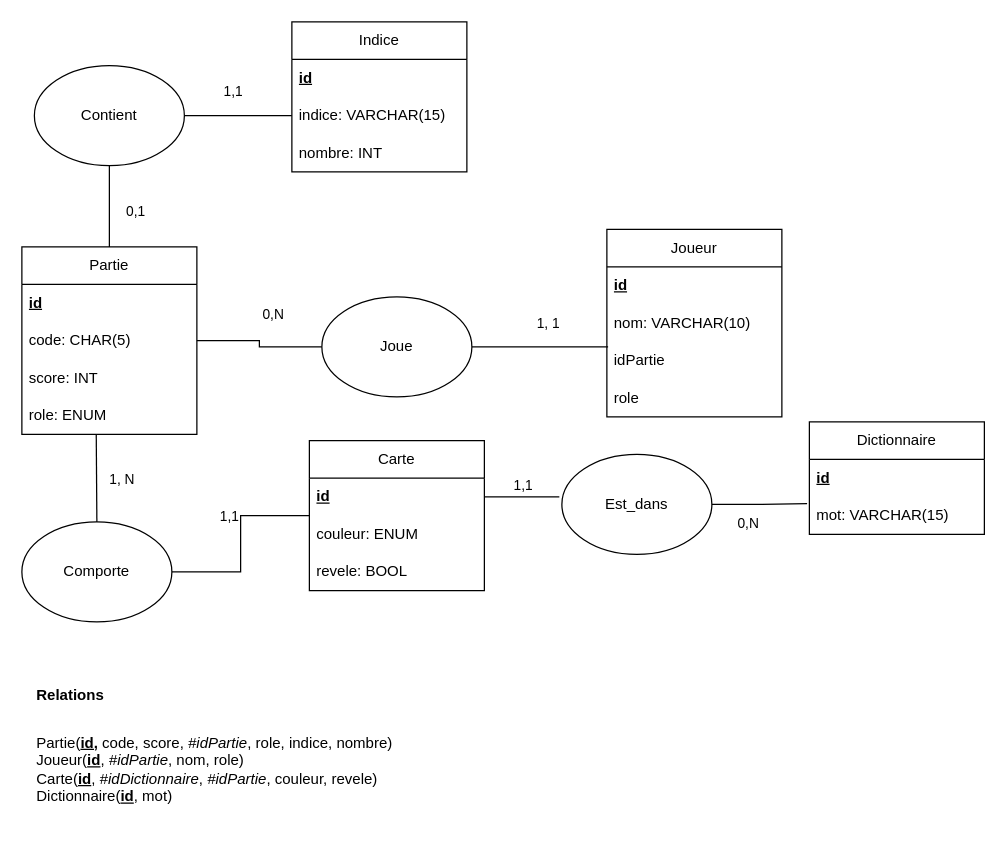
Above: polynames_bdd.drawio in GehuL/PolyNames (draw.io), before the change. Source tidied: cells renumbered, new cells numbered last; positions are measured from the earlier drawing's top-left corner, leaving out a move shared by most shapes. Both pictures are drawn from the tidied source at 125%, with x=0, y=0 at pixel (21, 21).
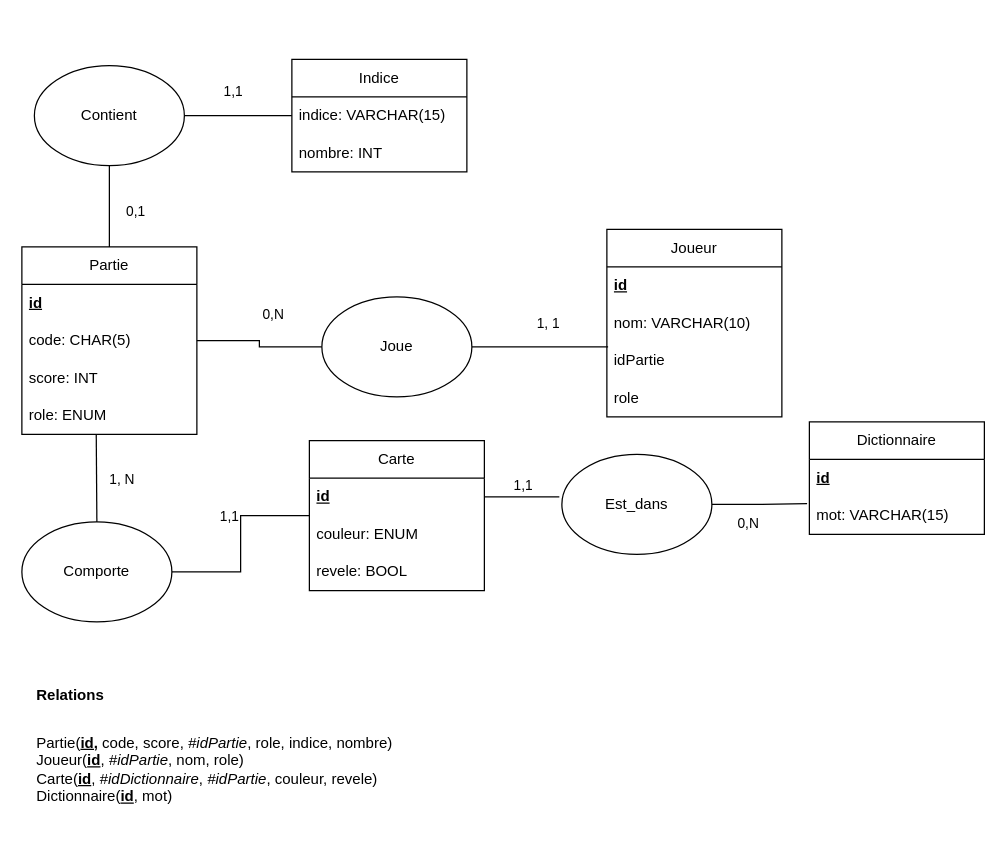
The same page after the edit.

The edit, as a diff of the source:
```diff
@@
     <mxCell id="34" value="Indice" style="swimlane;fontStyle=0;horizontal=1;startSize=30;whiteSpace=wrap;html=1;" parent="1" vertex="1">
-      <mxGeometry x="216" width="140" height="120" as="geometry" />
+      <mxGeometry x="216" y="30" width="140" height="90" as="geometry" />
     </mxCell>
-    <mxCell id="35" value="&lt;b&gt;&lt;u&gt;id&lt;/u&gt;&lt;/b&gt;" style="text;strokeColor=none;fillColor=none;align=left;verticalAlign=middle;spacingLeft=4;spacingRight=4;overflow=hidden;whiteSpace=wrap;html=1;" parent="34" vertex="1">
-      <mxGeometry y="30" width="140" height="30" as="geometry" />
-    </mxCell>
     <mxCell id="36" value="indice: VARCHAR(15)" style="text;strokeColor=none;fillColor=none;align=left;verticalAlign=middle;spacingLeft=4;spacingRight=4;overflow=hidden;points=[[0,0.5],[1,0.5]];portConstraint=eastwest;whiteSpace=wrap;html=1;" parent="34" vertex="1">
-      <mxGeometry y="60" width="140" height="30" as="geometry" />
+      <mxGeometry y="30" width="140" height="30" as="geometry" />
     </mxCell>
     <mxCell id="37" value="nombre: INT" style="text;strokeColor=none;fillColor=none;align=left;verticalAlign=middle;spacingLeft=4;spacingRight=4;overflow=hidden;whiteSpace=wrap;html=1;" parent="34" vertex="1">
-      <mxGeometry y="90" width="140" height="30" as="geometry" />
+      <mxGeometry y="60" width="140" height="30" as="geometry" />
     </mxCell>
```
